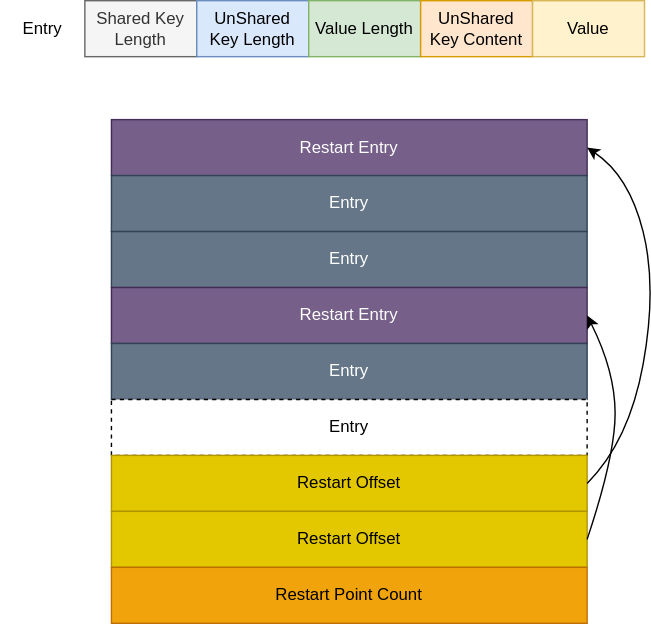
This is levelDB/levelDB-DataBlock.drawio.svg from zwangsheng/draw, a draw.io export, as it was before one commit. Source tidied: cells renumbered, new cells last; positions are measured from the earlier drawing's top-left corner, leaving out a move shared by most shapes.
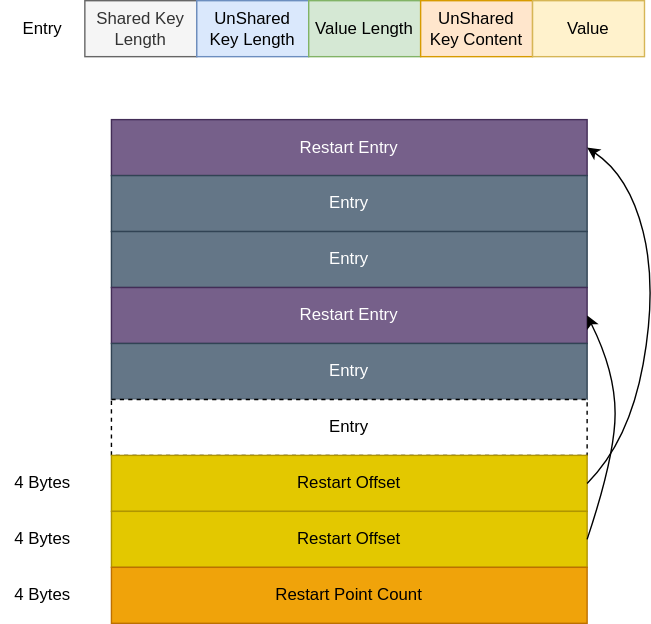
Above is the later version.

Diff of the diagram source:
```diff
@@ -64,5 +64,14 @@
         </Array>
       </mxGeometry>
     </mxCell>
+    <mxCell id="19" value="4 Bytes" style="text;html=1;strokeColor=none;fillColor=none;align=center;verticalAlign=middle;whiteSpace=wrap;rounded=0;dashed=1;" parent="1" vertex="1">
+      <mxGeometry y="330" width="60" height="30" as="geometry" />
+    </mxCell>
+    <mxCell id="20" value="4 Bytes" style="text;html=1;strokeColor=none;fillColor=none;align=center;verticalAlign=middle;whiteSpace=wrap;rounded=0;dashed=1;" parent="1" vertex="1">
+      <mxGeometry y="370" width="60" height="30" as="geometry" />
+    </mxCell>
+    <mxCell id="21" value="4 Bytes" style="text;html=1;strokeColor=none;fillColor=none;align=center;verticalAlign=middle;whiteSpace=wrap;rounded=0;dashed=1;" parent="1" vertex="1">
+      <mxGeometry y="410" width="60" height="30" as="geometry" />
+    </mxCell>
   </root>
 </mxGraphModel>
```
